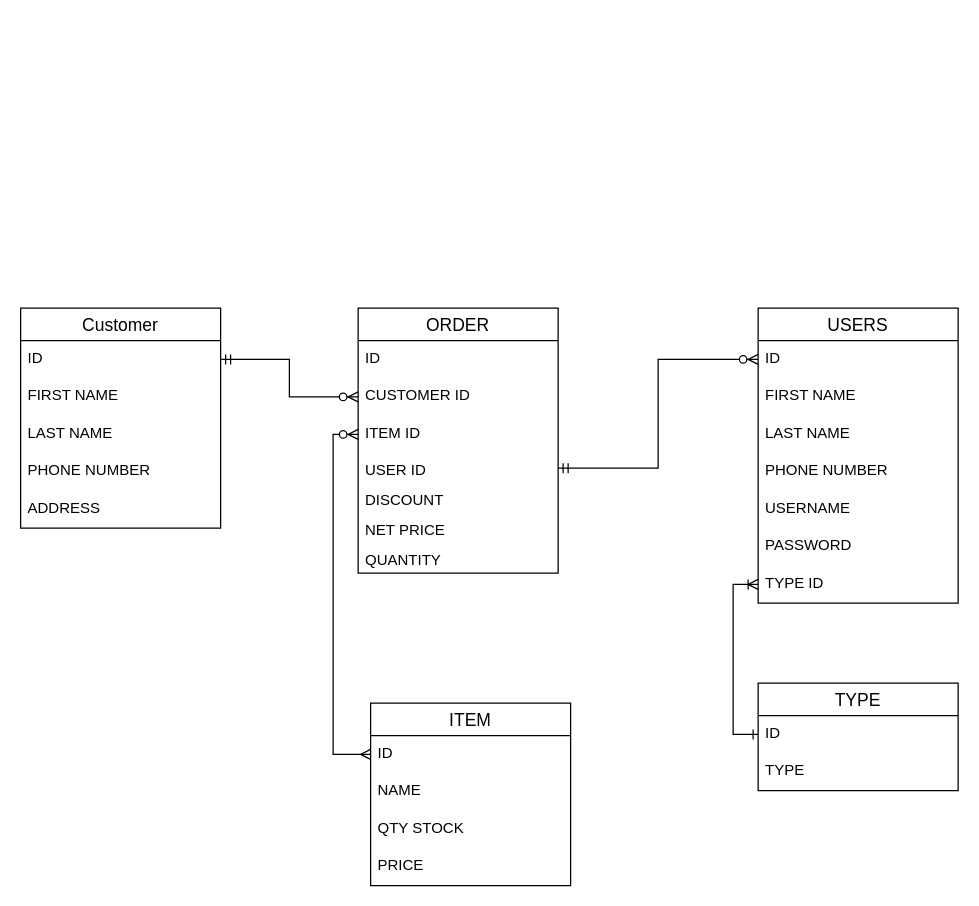
sagarpoudel638/Internship keeps this draw.io diagram as pos.drawio. Above is the earlier version. Source tidied: cells renumbered, new cells numbered last; positions are measured from the earlier drawing's top-left corner, leaving out a move shared by most shapes. Both pictures are drawn from the tidied source at 125%, with x=0, y=0 at pixel (20, 308).
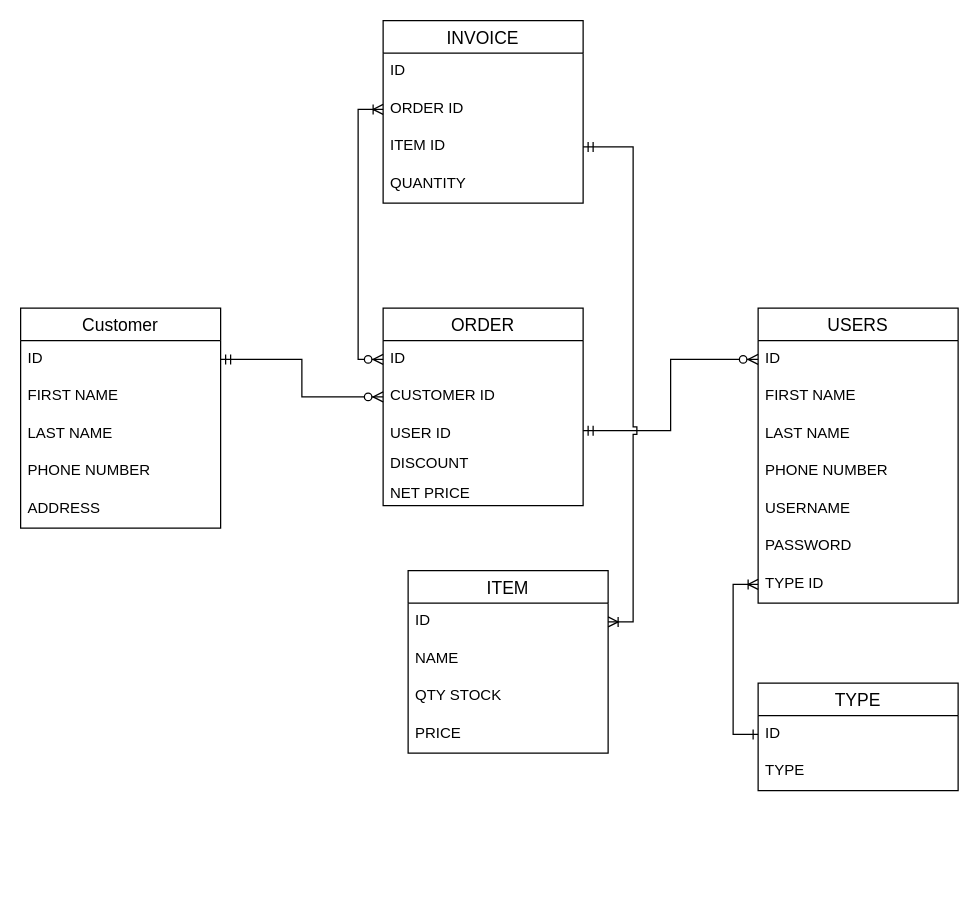
The same diagram, later.

The change refers to these unchanged cells:
```xml
<mxCell id="20" value="ID" style="text;strokeColor=none;fillColor=none;spacingLeft=4;spacingRight=4;overflow=hidden;points=[[0,0.5],[1,0.5]];portConstraint=eastwest;fontSize=12;" parent="19" vertex="1">
  <mxGeometry y="26" width="160" height="30" as="geometry" />
</mxCell>
<mxCell id="25" value="ID" style="text;strokeColor=none;fillColor=none;spacingLeft=4;spacingRight=4;overflow=hidden;points=[[0,0.5],[1,0.5]];portConstraint=eastwest;fontSize=12;" parent="24" vertex="1">
  <mxGeometry y="26" width="160" height="30" as="geometry" />
</mxCell>
```

What changed in the source:
```diff
@@
     <mxCell id="19" value="ITEM" style="swimlane;fontStyle=0;horizontal=1;startSize=26;align=center;fontSize=14;" parent="1" vertex="1">
-      <mxGeometry x="280" y="316" width="160" height="146" as="geometry" />
+      <mxGeometry x="310" y="210" width="160" height="146" as="geometry" />
     </mxCell>
@@
     <mxCell id="24" value="ORDER" style="swimlane;fontStyle=0;horizontal=1;startSize=26;align=center;fontSize=14;" parent="1" vertex="1">
-      <mxGeometry x="270" width="160" height="212" as="geometry" />
+      <mxGeometry x="290" width="160" height="158" as="geometry" />
     </mxCell>
@@
-    <mxCell id="27" value="ITEM ID" style="text;strokeColor=none;fillColor=none;spacingLeft=4;spacingRight=4;overflow=hidden;points=[[0,0.5],[1,0.5]];portConstraint=eastwest;fontSize=12;" parent="24" vertex="1">
-      <mxGeometry y="86" width="160" height="30" as="geometry" />
-    </mxCell>
     <mxCell id="28" value="USER ID " style="text;strokeColor=none;fillColor=none;spacingLeft=4;spacingRight=4;overflow=hidden;points=[[0,0.5],[1,0.5]];portConstraint=eastwest;fontSize=12;" parent="24" vertex="1">
-      <mxGeometry y="116" width="160" height="24" as="geometry" />
+      <mxGeometry y="86" width="160" height="24" as="geometry" />
     </mxCell>
     <mxCell id="29" value="DISCOUNT" style="text;strokeColor=none;fillColor=none;spacingLeft=4;spacingRight=4;overflow=hidden;fontSize=12;" parent="24" vertex="1">
-      <mxGeometry y="140" width="160" height="24" as="geometry" />
+      <mxGeometry y="110" width="160" height="24" as="geometry" />
     </mxCell>
     <mxCell id="30" value="NET PRICE" style="text;strokeColor=none;fillColor=none;spacingLeft=4;spacingRight=4;overflow=hidden;fontSize=12;" parent="24" vertex="1">
-      <mxGeometry y="164" width="160" height="24" as="geometry" />
+      <mxGeometry y="134" width="160" height="24" as="geometry" />
     </mxCell>
-    <mxCell id="31" value="QUANTITY" style="text;strokeColor=none;fillColor=none;spacingLeft=4;spacingRight=4;overflow=hidden;fontSize=12;" parent="24" vertex="1">
-      <mxGeometry y="188" width="160" height="24" as="geometry" />
-    </mxCell>
@@
+    <mxCell id="36" value="INVOICE" style="swimlane;fontStyle=0;horizontal=1;startSize=26;align=center;fontSize=14;" parent="1" vertex="1">
+      <mxGeometry x="290" y="-230" width="160" height="146" as="geometry" />
+    </mxCell>
+    <mxCell id="37" value="ID" style="text;strokeColor=none;fillColor=none;spacingLeft=4;spacingRight=4;overflow=hidden;fontSize=12;" parent="36" vertex="1">
+      <mxGeometry y="26" width="160" height="30" as="geometry" />
+    </mxCell>
+    <mxCell id="38" value="ORDER ID" style="text;strokeColor=none;fillColor=none;spacingLeft=4;spacingRight=4;overflow=hidden;points=[[0,0.5],[1,0.5]];portConstraint=eastwest;fontSize=12;" parent="36" vertex="1">
+      <mxGeometry y="56" width="160" height="30" as="geometry" />
+    </mxCell>
+    <mxCell id="27" value="ITEM ID" style="text;strokeColor=none;fillColor=none;spacingLeft=4;spacingRight=4;overflow=hidden;points=[[0,0.5],[1,0.5]];portConstraint=eastwest;fontSize=12;" parent="36" vertex="1">
+      <mxGeometry y="86" width="160" height="30" as="geometry" />
+    </mxCell>
+    <mxCell id="31" value="QUANTITY" style="text;strokeColor=none;fillColor=none;spacingLeft=4;spacingRight=4;overflow=hidden;fontSize=12;" parent="36" vertex="1">
+      <mxGeometry y="116" width="160" height="30" as="geometry" />
+    </mxCell>
+    <mxCell id="39" style="edgeStyle=orthogonalEdgeStyle;rounded=0;jettySize=auto;html=1;exitX=0;exitY=0.5;exitDx=0;exitDy=0;entryX=0;entryY=0.5;entryDx=0;entryDy=0;startArrow=ERzeroToMany;startFill=1;endArrow=ERoneToMany;endFill=0;" parent="1" edge="1" source="25" target="38">
+      <mxGeometry relative="1" as="geometry" />
+    </mxCell>
-    <mxCell id="35" style="edgeStyle=orthogonalEdgeStyle;rounded=0;jettySize=auto;html=1;exitX=0;exitY=0.5;exitDx=0;exitDy=0;entryX=0;entryY=0.5;entryDx=0;entryDy=0;startArrow=ERmany;startFill=0;endArrow=ERzeroToMany;endFill=1;" parent="1" edge="1" source="20" target="27">
+    <mxCell id="35" style="edgeStyle=orthogonalEdgeStyle;rounded=0;jettySize=auto;html=1;exitX=1;exitY=0.5;exitDx=0;exitDy=0;entryX=1;entryY=0.5;entryDx=0;entryDy=0;startArrow=ERoneToMany;startFill=0;endArrow=ERmandOne;endFill=0;jumpStyle=sharp;" parent="1" edge="1" source="20" target="27">
       <mxGeometry relative="1" as="geometry" />
     </mxCell>
```
